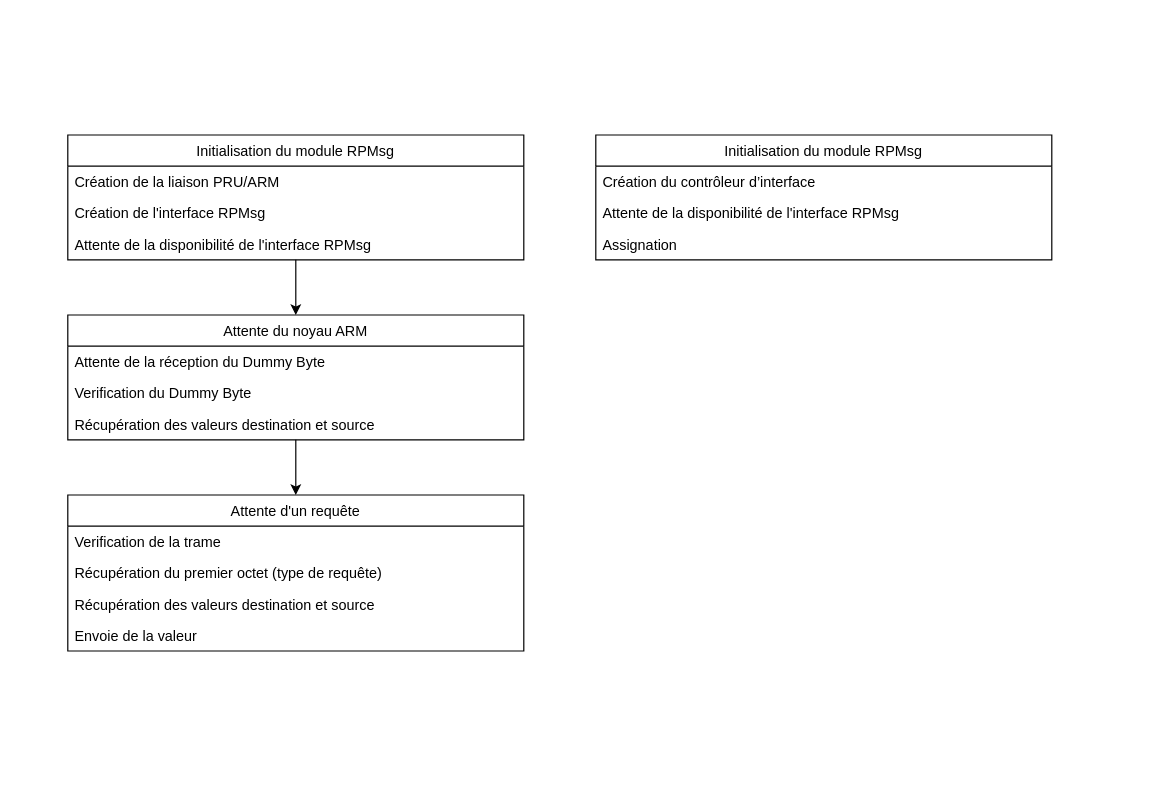
This is page "Page-4" (4 of 4) of search/Untitled Diagram.drawio from YKhimage1/libnx, a draw.io file, before an edit. Source tidied: cells renumbered, new cells numbered last; positions are measured from the earlier drawing's top-left corner, leaving out a move shared by most shapes. Both pictures are drawn from the tidied source at 120%, with x=0, y=0 at pixel (67, 134).
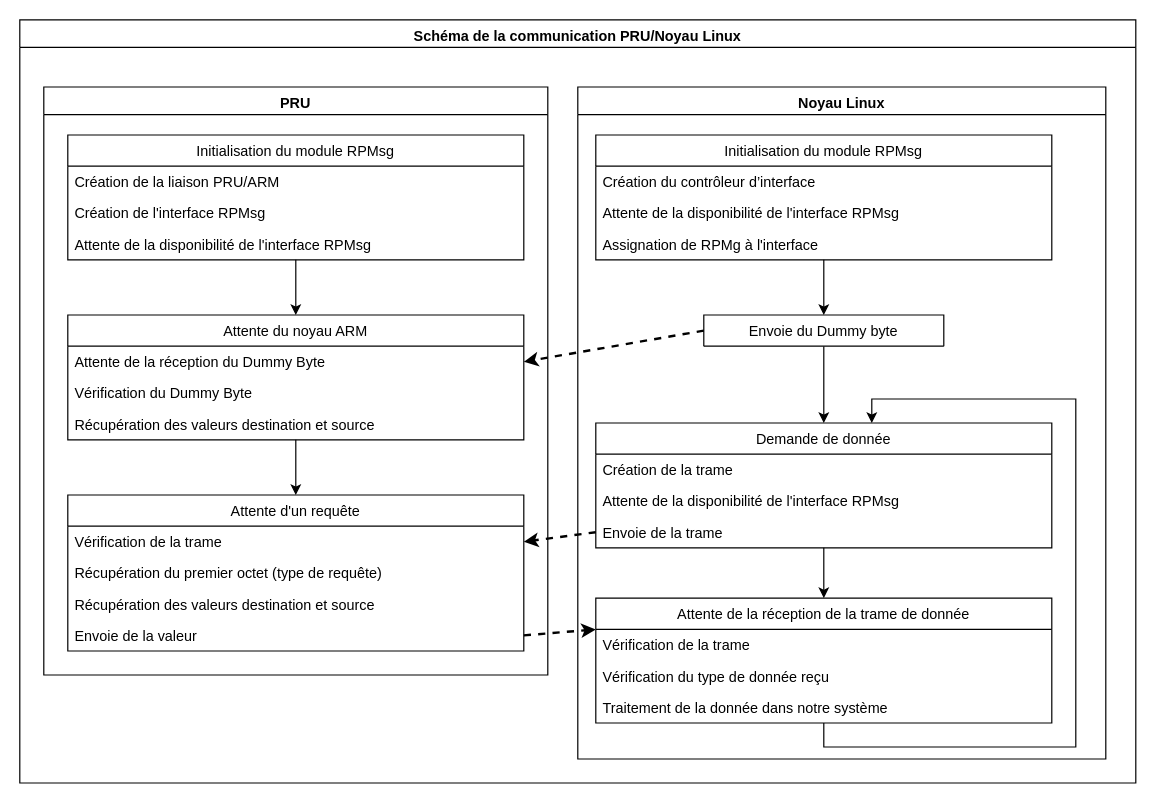
The same diagram, later.

The change refers to these unchanged cells:
```xml
<mxCell id="8" value="Attente du noyau ARM" style="swimlane;fontStyle=0;horizontal=1;startSize=26;verticalAlign=top;" parent="1" vertex="1">
  <mxGeometry y="150" width="380" height="104" as="geometry" />
</mxCell>
<mxCell id="9" value="Attente de la réception du Dummy Byte" style="text;strokeColor=none;fillColor=none;align=left;verticalAlign=top;spacingLeft=4;spacingRight=4;overflow=hidden;points=[[0,0.5],[1,0.5]];portConstraint=eastwest;" parent="8" vertex="1">
  <mxGeometry y="26" width="380" height="26" as="geometry" />
</mxCell>
<mxCell id="12" value="Attente d'un requête" style="swimlane;fontStyle=0;horizontal=1;startSize=26;verticalAlign=top;" parent="1" vertex="1">
  <mxGeometry y="300" width="380" height="130" as="geometry" />
</mxCell>
<mxCell id="16" value="Envoie de la valeur" style="text;strokeColor=none;fillColor=none;align=left;verticalAlign=top;spacingLeft=4;spacingRight=4;overflow=hidden;points=[[0,0.5],[1,0.5]];portConstraint=eastwest;" parent="12" vertex="1">
  <mxGeometry y="104" width="380" height="26" as="geometry" />
</mxCell>
<mxCell id="17" value="Initialisation du module RPMsg" style="swimlane;fontStyle=0;horizontal=1;startSize=26;verticalAlign=top;" parent="1" vertex="1">
  <mxGeometry x="440" width="380" height="104" as="geometry" />
</mxCell>
```

Change to the diagram source:
```diff
@@
-    <mxCell id="10" value="Verification du Dummy Byte " style="text;strokeColor=none;fillColor=none;align=left;verticalAlign=top;spacingLeft=4;spacingRight=4;overflow=hidden;" parent="8" vertex="1">
+    <mxCell id="10" value="Vérification du Dummy Byte " style="text;strokeColor=none;fillColor=none;align=left;verticalAlign=top;spacingLeft=4;spacingRight=4;overflow=hidden;" parent="8" vertex="1">
       <mxGeometry y="52" width="380" height="26" as="geometry" />
     </mxCell>
@@
-    <mxCell id="13" value="Verification de la trame" style="text;strokeColor=none;fillColor=none;align=left;verticalAlign=top;spacingLeft=4;spacingRight=4;overflow=hidden;points=[[0,0.5],[1,0.5]];portConstraint=eastwest;" parent="12" vertex="1">
+    <mxCell id="13" value="Vérification de la trame" style="text;strokeColor=none;fillColor=none;align=left;verticalAlign=top;spacingLeft=4;spacingRight=4;overflow=hidden;points=[[0,0.5],[1,0.5]];portConstraint=eastwest;" parent="12" vertex="1">
       <mxGeometry y="26" width="380" height="26" as="geometry" />
     </mxCell>
@@
+    <mxCell id="21" style="edgeStyle=orthogonalEdgeStyle;rounded=0;jettySize=auto;html=1;exitX=0.5;exitY=1;exitDx=0;exitDy=0;entryX=0.5;entryY=0;entryDx=0;entryDy=0;" parent="1" edge="1" source="17" target="23">
+      <mxGeometry relative="1" as="geometry" />
+    </mxCell>
@@
-    <mxCell id="20" value="Assignation" style="text;strokeColor=none;fillColor=none;align=left;verticalAlign=top;spacingLeft=4;spacingRight=4;overflow=hidden;" parent="17" vertex="1">
+    <mxCell id="20" value="Assignation de RPMg à l'interface" style="text;strokeColor=none;fillColor=none;align=left;verticalAlign=top;spacingLeft=4;spacingRight=4;overflow=hidden;" parent="17" vertex="1">
       <mxGeometry y="78" width="380" height="26" as="geometry" />
     </mxCell>
+    <mxCell id="22" style="edgeStyle=orthogonalEdgeStyle;rounded=0;jettySize=auto;html=1;exitX=0.5;exitY=1;exitDx=0;exitDy=0;entryX=0.5;entryY=0;entryDx=0;entryDy=0;strokeWidth=1;" parent="1" edge="1" source="23" target="25">
+      <mxGeometry relative="1" as="geometry" />
+    </mxCell>
+    <mxCell id="23" value="Envoie du Dummy byte" style="swimlane;fontStyle=0;horizontal=1;startSize=26;verticalAlign=top;" parent="1" vertex="1" collapsed="1">
+      <mxGeometry x="530" y="150" width="200" height="26" as="geometry" />
+    </mxCell>
+    <mxCell id="24" style="edgeStyle=orthogonalEdgeStyle;rounded=0;jettySize=auto;html=1;entryX=0.5;entryY=0;entryDx=0;entryDy=0;strokeWidth=1;" parent="1" edge="1" source="25" target="32">
+      <mxGeometry relative="1" as="geometry" />
+    </mxCell>
+    <mxCell id="25" value="Demande de donnée" style="swimlane;fontStyle=0;horizontal=1;startSize=26;verticalAlign=top;" parent="1" vertex="1">
+      <mxGeometry x="440" y="240" width="380" height="104" as="geometry" />
+    </mxCell>
+    <mxCell id="26" value="Création de la trame" style="text;strokeColor=none;fillColor=none;align=left;verticalAlign=top;spacingLeft=4;spacingRight=4;overflow=hidden;" parent="25" vertex="1">
+      <mxGeometry y="26" width="380" height="26" as="geometry" />
+    </mxCell>
+    <mxCell id="27" value="Attente de la disponibilité de l'interface RPMsg " style="text;strokeColor=none;fillColor=none;align=left;verticalAlign=top;spacingLeft=4;spacingRight=4;overflow=hidden;" parent="25" vertex="1">
+      <mxGeometry y="52" width="380" height="26" as="geometry" />
+    </mxCell>
+    <mxCell id="28" value="Envoie de la trame" style="text;strokeColor=none;fillColor=none;align=left;verticalAlign=top;spacingLeft=4;spacingRight=4;overflow=hidden;points=[[0,0.5],[1,0.5]];portConstraint=eastwest;" parent="25" vertex="1">
+      <mxGeometry y="78" width="380" height="26" as="geometry" />
+    </mxCell>
+    <mxCell id="29" style="endArrow=classic;html=1;entryX=1;entryY=0.5;entryDx=0;entryDy=0;exitX=0;exitY=0.5;exitDx=0;exitDy=0;strokeWidth=2;dashed=1;" parent="1" edge="1" source="23" target="9">
+      <mxGeometry relative="1" as="geometry" />
+    </mxCell>
+    <mxCell id="30" style="endArrow=classic;html=1;entryX=1;entryY=0.5;entryDx=0;entryDy=0;exitX=0;exitY=0.5;exitDx=0;exitDy=0;strokeWidth=2;dashed=1;" parent="1" edge="1" source="28" target="13">
+      <mxGeometry relative="1" as="geometry" />
+    </mxCell>
+    <mxCell id="31" style="edgeStyle=orthogonalEdgeStyle;rounded=0;jettySize=auto;html=1;exitX=0.5;exitY=1;exitDx=0;exitDy=0;strokeWidth=1;" parent="1" edge="1" source="32">
+      <mxGeometry relative="1" as="geometry">
+        <mxPoint x="670" y="240" as="targetPoint" />
+        <Array as="points">
+          <mxPoint x="630" y="510" />
+          <mxPoint x="840" y="510" />
+          <mxPoint x="840" y="220" />
+          <mxPoint x="670" y="220" />
+          <mxPoint x="670" y="240" />
+        </Array>
+      </mxGeometry>
+    </mxCell>
+    <mxCell id="32" value="Attente de la réception de la trame de donnée " style="swimlane;fontStyle=0;horizontal=1;startSize=26;verticalAlign=top;" parent="1" vertex="1">
+      <mxGeometry x="440" y="386" width="380" height="104" as="geometry" />
+    </mxCell>
+    <mxCell id="33" value="Vérification de la trame" style="text;strokeColor=none;fillColor=none;align=left;verticalAlign=top;spacingLeft=4;spacingRight=4;overflow=hidden;" parent="32" vertex="1">
+      <mxGeometry y="26" width="380" height="26" as="geometry" />
+    </mxCell>
+    <mxCell id="34" value="Vérification du type de donnée reçu" style="text;strokeColor=none;fillColor=none;align=left;verticalAlign=top;spacingLeft=4;spacingRight=4;overflow=hidden;" parent="32" vertex="1">
+      <mxGeometry y="52" width="380" height="26" as="geometry" />
+    </mxCell>
+    <mxCell id="35" value="Traitement de la donnée dans notre système" style="text;strokeColor=none;fillColor=none;align=left;verticalAlign=top;spacingLeft=4;spacingRight=4;overflow=hidden;" parent="32" vertex="1">
+      <mxGeometry y="78" width="380" height="26" as="geometry" />
+    </mxCell>
+    <mxCell id="36" style="endArrow=classic;html=1;entryX=0;entryY=0.25;entryDx=0;entryDy=0;exitX=1;exitY=0.5;exitDx=0;exitDy=0;strokeWidth=2;dashed=1;" parent="1" edge="1" source="16" target="32">
+      <mxGeometry relative="1" as="geometry" />
+    </mxCell>
+    <mxCell id="37" value="PRU" style="swimlane;verticalAlign=top;" parent="1" vertex="1">
+      <mxGeometry x="-20" y="-40" width="420" height="490" as="geometry" />
+    </mxCell>
+    <mxCell id="38" value="Noyau Linux" style="swimlane;verticalAlign=top;" parent="1" vertex="1">
+      <mxGeometry x="425" y="-40" width="440" height="560" as="geometry" />
+    </mxCell>
+    <mxCell id="39" value="Schéma de la communication PRU/Noyau Linux" style="swimlane;verticalAlign=top;" parent="1" vertex="1">
+      <mxGeometry x="-40" y="-96" width="930" height="636" as="geometry" />
+    </mxCell>
```
